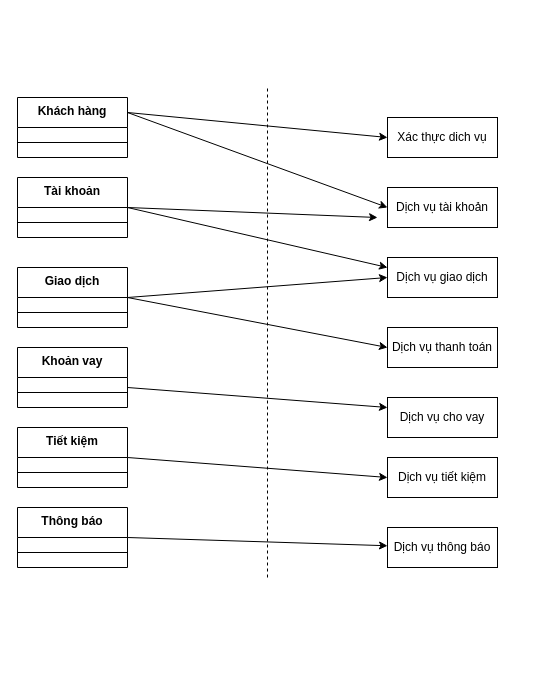
This is uml/anh_xa.drawio from HoangDucBach/bghc, a draw.io file, before an edit. Source tidied: cells renumbered, new cells numbered last; positions are measured from the earlier drawing's top-left corner, leaving out a move shared by most shapes. Both pictures are drawn from the tidied source at 100%, with x=0, y=0 at pixel (17, 87).
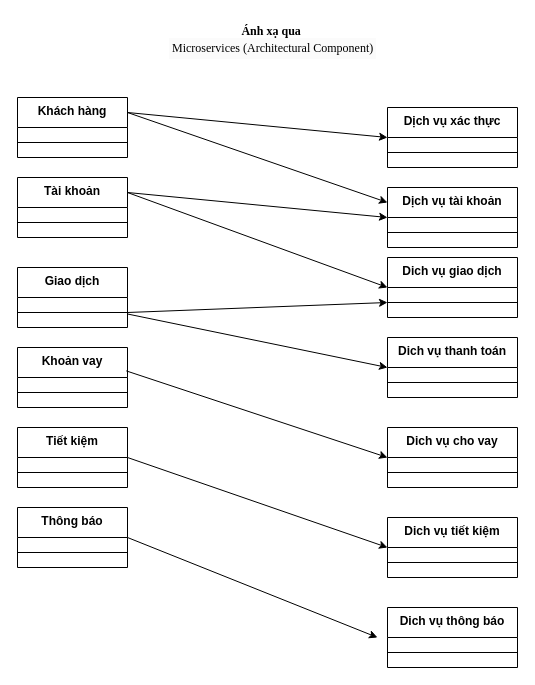
After the change.

The change refers to these unchanged cells:
```xml
<mxCell id="2" value="Khách hàng" style="swimlane;fontStyle=1;align=center;verticalAlign=top;horizontal=1;startSize=30;whiteSpace=wrap;html=1;" parent="1" vertex="1">
  <mxGeometry y="10" width="110" height="60" as="geometry" />
</mxCell>
<mxCell id="4" value="Tài khoản" style="swimlane;fontStyle=1;align=center;verticalAlign=top;horizontal=1;startSize=30;whiteSpace=wrap;html=1;" parent="1" vertex="1">
  <mxGeometry y="90" width="110" height="60" as="geometry" />
</mxCell>
<mxCell id="6" value="Giao dịch" style="swimlane;fontStyle=1;align=center;verticalAlign=top;horizontal=1;startSize=30;whiteSpace=wrap;html=1;" parent="1" vertex="1">
  <mxGeometry y="180" width="110" height="60" as="geometry" />
</mxCell>
<mxCell id="7" style="line;strokeWidth=1;fillColor=none;align=left;verticalAlign=middle;spacingTop=-1;spacingLeft=3;spacingRight=3;labelPosition=right;points=[];portConstraint=eastwest;strokeColor=inherit;" parent="6" vertex="1">
  <mxGeometry y="30" width="110" height="30" as="geometry" />
</mxCell>
<mxCell id="8" value="Khoản vay" style="swimlane;fontStyle=1;align=center;verticalAlign=top;horizontal=1;startSize=30;whiteSpace=wrap;html=1;" parent="1" vertex="1">
  <mxGeometry y="260" width="110" height="60" as="geometry" />
</mxCell>
<mxCell id="10" value="Tiết kiệm" style="swimlane;fontStyle=1;align=center;verticalAlign=top;horizontal=1;startSize=30;whiteSpace=wrap;html=1;" parent="1" vertex="1">
  <mxGeometry y="340" width="110" height="60" as="geometry" />
</mxCell>
<mxCell id="12" value="Thông báo" style="swimlane;fontStyle=1;align=center;verticalAlign=top;horizontal=1;startSize=30;whiteSpace=wrap;html=1;" parent="1" vertex="1">
  <mxGeometry y="420" width="110" height="60" as="geometry" />
</mxCell>
```

The edit, as a diff of the source:
```diff
@@
-    <mxCell id="14" value="Xác thực dich vụ" style="rounded=0;whiteSpace=wrap;html=1;" parent="1" vertex="1">
-      <mxGeometry x="370" y="30" width="110" height="40" as="geometry" />
-    </mxCell>
+    <mxCell id="31" value="&lt;div style=&quot;text-align: center;&quot;&gt;&lt;b style=&quot;text-wrap-mode: nowrap; font-family: &amp;quot;Times New Roman&amp;quot;;&quot;&gt;Ánh xạ qua&amp;nbsp;&lt;/b&gt;&lt;/div&gt;&lt;table style=&quot;text-align: center; forced-color-adjust: none; color: rgb(0, 0, 0); font-family: Helvetica; font-size: 12px; font-style: normal; font-variant-ligatures: normal; font-variant-caps: normal; font-weight: 400; letter-spacing: normal; orphans: 2; text-transform: none; widows: 2; word-spacing: 0px; -webkit-text-stroke-width: 0px; white-space: nowrap; background-color: rgb(251, 251, 251); text-decoration-thickness: initial; text-decoration-style: initial; text-decoration-color: initial;&quot;&gt;&lt;tbody style=&quot;forced-color-adjust: none;&quot;&gt;&lt;tr style=&quot;forced-color-adjust: none;&quot;&gt;&lt;th style=&quot;forced-color-adjust: none;&quot;&gt;&lt;span style=&quot;forced-color-adjust: none; font-weight: normal;&quot;&gt;&lt;font face=&quot;Times New Roman&quot; style=&quot;forced-color-adjust: none;&quot;&gt;Microservices (Architectural Component)&lt;/font&gt;&lt;/span&gt;&lt;/th&gt;&lt;/tr&gt;&lt;/tbody&gt;&lt;/table&gt;&lt;div style=&quot;text-align: center;&quot;&gt;&lt;br&gt;&lt;/div&gt;&lt;br&gt;&lt;table style=&quot;forced-color-adjust: none; color: rgb(0, 0, 0); font-family: Helvetica; font-size: 12px; font-style: normal; font-variant-ligatures: normal; font-variant-caps: normal; font-weight: 400; letter-spacing: normal; orphans: 2; text-align: center; text-transform: none; widows: 2; word-spacing: 0px; -webkit-text-stroke-width: 0px; white-space: nowrap; background-color: rgb(251, 251, 251); text-decoration-thickness: initial; text-decoration-style: initial; text-decoration-color: initial;&quot;&gt;&lt;tbody style=&quot;forced-color-adjust: none;&quot;&gt;&lt;tr style=&quot;forced-color-adjust: none;&quot;&gt;&lt;/tr&gt;&lt;/tbody&gt;&lt;/table&gt;" style="text;whiteSpace=wrap;html=1;" parent="1" vertex="1">
+      <mxGeometry x="150" y="-70" width="210" height="50" as="geometry" />
+    </mxCell>
+    <mxCell id="32" value="Dịch vụ xác thực" style="swimlane;fontStyle=1;align=center;verticalAlign=top;horizontal=1;startSize=30;whiteSpace=wrap;html=1;" parent="1" vertex="1">
+      <mxGeometry x="370" y="20" width="130" height="60" as="geometry" />
+    </mxCell>
+    <mxCell id="33" style="line;strokeWidth=1;fillColor=none;align=left;verticalAlign=middle;spacingTop=-1;spacingLeft=3;spacingRight=3;labelPosition=right;strokeColor=inherit;" parent="32" vertex="1">
+      <mxGeometry y="30" width="130" height="30" as="geometry" />
+    </mxCell>
-    <mxCell id="15" value="Dịch vụ tài khoản" style="rounded=0;whiteSpace=wrap;html=1;" parent="1" vertex="1">
-      <mxGeometry x="370" y="100" width="110" height="40" as="geometry" />
+    <mxCell id="15" value="Dịch vụ tài khoản" style="swimlane;fontStyle=1;align=center;verticalAlign=top;horizontal=1;startSize=30;whiteSpace=wrap;html=1;" parent="1" vertex="1">
+      <mxGeometry x="370" y="100" width="130" height="60" as="geometry" />
     </mxCell>
-    <mxCell id="16" value="Dịch vụ giao dịch" style="rounded=0;whiteSpace=wrap;html=1;" parent="1" vertex="1">
-      <mxGeometry x="370" y="170" width="110" height="40" as="geometry" />
-    </mxCell>
-    <mxCell id="17" value="Dịch vụ thanh toán" style="rounded=0;whiteSpace=wrap;html=1;" parent="1" vertex="1">
-      <mxGeometry x="370" y="240" width="110" height="40" as="geometry" />
-    </mxCell>
-    <mxCell id="18" value="Dịch vụ cho vay" style="rounded=0;whiteSpace=wrap;html=1;" parent="1" vertex="1">
-      <mxGeometry x="370" y="310" width="110" height="40" as="geometry" />
-    </mxCell>
-    <mxCell id="19" value="Dịch vụ tiết kiệm" style="rounded=0;whiteSpace=wrap;html=1;" parent="1" vertex="1">
-      <mxGeometry x="370" y="370" width="110" height="40" as="geometry" />
-    </mxCell>
-    <mxCell id="20" value="Dịch vụ thông báo" style="rounded=0;whiteSpace=wrap;html=1;" parent="1" vertex="1">
-      <mxGeometry x="370" y="440" width="110" height="40" as="geometry" />
-    </mxCell>
-    <mxCell id="21" style="endArrow=none;dashed=1;html=1;rounded=0;" parent="1" edge="1">
-      <mxGeometry relative="1" as="geometry">
-        <mxPoint x="250" y="490" as="sourcePoint" />
-        <mxPoint x="250" as="targetPoint" />
-      </mxGeometry>
-    </mxCell>
-    <mxCell id="22" style="endArrow=classic;html=1;rounded=0;exitX=1;exitY=0.25;exitDx=0;exitDy=0;entryX=0;entryY=0.5;entryDx=0;entryDy=0;" parent="1" edge="1" source="2" target="14">
-      <mxGeometry relative="1" as="geometry" />
-    </mxCell>
+    <mxCell id="34" style="line;strokeWidth=1;fillColor=none;align=left;verticalAlign=middle;spacingTop=-1;spacingLeft=3;spacingRight=3;labelPosition=right;strokeColor=inherit;" parent="15" vertex="1">
+      <mxGeometry y="30" width="130" height="30" as="geometry" />
+    </mxCell>
+    <mxCell id="35" value="Dich vụ giao dịch" style="swimlane;fontStyle=1;align=center;verticalAlign=top;horizontal=1;startSize=30;whiteSpace=wrap;html=1;" parent="1" vertex="1">
+      <mxGeometry x="370" y="170" width="130" height="60" as="geometry" />
+    </mxCell>
+    <mxCell id="36" style="line;strokeWidth=1;fillColor=none;align=left;verticalAlign=middle;spacingTop=-1;spacingLeft=3;spacingRight=3;labelPosition=right;strokeColor=inherit;" parent="35" vertex="1">
+      <mxGeometry y="30" width="130" height="30" as="geometry" />
+    </mxCell>
+    <mxCell id="37" value="Dich vụ thanh toán" style="swimlane;fontStyle=1;align=center;verticalAlign=top;horizontal=1;startSize=30;whiteSpace=wrap;html=1;" parent="1" vertex="1">
+      <mxGeometry x="370" y="250" width="130" height="60" as="geometry" />
+    </mxCell>
+    <mxCell id="38" style="line;strokeWidth=1;fillColor=none;align=left;verticalAlign=middle;spacingTop=-1;spacingLeft=3;spacingRight=3;labelPosition=right;strokeColor=inherit;" parent="37" vertex="1">
+      <mxGeometry y="30" width="130" height="30" as="geometry" />
+    </mxCell>
+    <mxCell id="39" value="Dich vụ cho vay" style="swimlane;fontStyle=1;align=center;verticalAlign=top;horizontal=1;startSize=30;whiteSpace=wrap;html=1;" parent="1" vertex="1">
+      <mxGeometry x="370" y="340" width="130" height="60" as="geometry" />
+    </mxCell>
+    <mxCell id="40" style="line;strokeWidth=1;fillColor=none;align=left;verticalAlign=middle;spacingTop=-1;spacingLeft=3;spacingRight=3;labelPosition=right;strokeColor=inherit;" parent="39" vertex="1">
+      <mxGeometry y="30" width="130" height="30" as="geometry" />
+    </mxCell>
+    <mxCell id="41" value="Dich vụ tiết kiệm" style="swimlane;fontStyle=1;align=center;verticalAlign=top;horizontal=1;startSize=30;whiteSpace=wrap;html=1;" parent="1" vertex="1">
+      <mxGeometry x="370" y="430" width="130" height="60" as="geometry" />
+    </mxCell>
+    <mxCell id="42" style="line;strokeWidth=1;fillColor=none;align=left;verticalAlign=middle;spacingTop=-1;spacingLeft=3;spacingRight=3;labelPosition=right;strokeColor=inherit;" parent="41" vertex="1">
+      <mxGeometry y="30" width="130" height="30" as="geometry" />
+    </mxCell>
+    <mxCell id="43" value="Dich vụ thông báo" style="swimlane;fontStyle=1;align=center;verticalAlign=top;horizontal=1;startSize=30;whiteSpace=wrap;html=1;" parent="1" vertex="1">
+      <mxGeometry x="370" y="520" width="130" height="60" as="geometry" />
+    </mxCell>
+    <mxCell id="44" style="line;strokeWidth=1;fillColor=none;align=left;verticalAlign=middle;spacingTop=-1;spacingLeft=3;spacingRight=3;labelPosition=right;strokeColor=inherit;" parent="43" vertex="1">
+      <mxGeometry y="30" width="130" height="30" as="geometry" />
+    </mxCell>
+    <mxCell id="45" style="endArrow=classic;html=1;rounded=0;exitX=1;exitY=0.25;exitDx=0;exitDy=0;entryX=0;entryY=0.5;entryDx=0;entryDy=0;" parent="1" edge="1" source="2" target="32">
+      <mxGeometry relative="1" as="geometry" />
+    </mxCell>
-    <mxCell id="23" style="endArrow=classic;html=1;rounded=0;exitX=1;exitY=0.25;exitDx=0;exitDy=0;entryX=0;entryY=0.5;entryDx=0;entryDy=0;" parent="1" edge="1" source="2" target="15">
+    <mxCell id="23" style="endArrow=classic;html=1;rounded=0;exitX=1;exitY=0.25;exitDx=0;exitDy=0;entryX=0;entryY=0.25;entryDx=0;entryDy=0;" parent="1" edge="1" source="2" target="15">
       <mxGeometry relative="1" as="geometry" />
     </mxCell>
-    <mxCell id="24" style="endArrow=classic;html=1;rounded=0;exitX=1;exitY=0.5;exitDx=0;exitDy=0;" parent="1" edge="1" source="4">
-      <mxGeometry relative="1" as="geometry">
-        <mxPoint x="360" y="130" as="targetPoint" />
-      </mxGeometry>
-    </mxCell>
-    <mxCell id="25" style="endArrow=classic;html=1;rounded=0;exitX=1;exitY=0.5;exitDx=0;exitDy=0;entryX=0;entryY=0.25;entryDx=0;entryDy=0;" parent="1" edge="1" source="4" target="16">
-      <mxGeometry relative="1" as="geometry" />
-    </mxCell>
-    <mxCell id="26" style="endArrow=classic;html=1;rounded=0;entryX=0;entryY=0.5;entryDx=0;entryDy=0;" parent="1" edge="1" target="16">
-      <mxGeometry relative="1" as="geometry">
-        <mxPoint x="110" y="210" as="sourcePoint" />
-      </mxGeometry>
-    </mxCell>
-    <mxCell id="27" style="endArrow=classic;html=1;rounded=0;exitX=1;exitY=0.5;exitDx=0;exitDy=0;entryX=0;entryY=0.5;entryDx=0;entryDy=0;" parent="1" edge="1" source="6" target="17">
-      <mxGeometry relative="1" as="geometry" />
-    </mxCell>
-    <mxCell id="28" style="endArrow=classic;html=1;rounded=0;entryX=0;entryY=0.25;entryDx=0;entryDy=0;" parent="1" edge="1" target="18">
-      <mxGeometry relative="1" as="geometry">
-        <mxPoint x="110" y="300" as="sourcePoint" />
-      </mxGeometry>
-    </mxCell>
-    <mxCell id="29" style="endArrow=classic;html=1;rounded=0;exitX=1;exitY=0.5;exitDx=0;exitDy=0;entryX=0;entryY=0.5;entryDx=0;entryDy=0;" parent="1" edge="1" source="10" target="19">
-      <mxGeometry relative="1" as="geometry" />
-    </mxCell>
-    <mxCell id="30" style="endArrow=classic;html=1;rounded=0;exitX=1;exitY=0.5;exitDx=0;exitDy=0;" parent="1" edge="1" source="12" target="20">
-      <mxGeometry relative="1" as="geometry" />
-    </mxCell>
+    <mxCell id="46" style="endArrow=classic;html=1;rounded=0;exitX=1;exitY=0.25;exitDx=0;exitDy=0;entryX=0;entryY=0.5;entryDx=0;entryDy=0;" parent="1" edge="1" source="4" target="15">
+      <mxGeometry relative="1" as="geometry" />
+    </mxCell>
+    <mxCell id="47" style="endArrow=classic;html=1;rounded=0;entryX=0;entryY=0.5;entryDx=0;entryDy=0;exitX=1;exitY=0.25;exitDx=0;exitDy=0;" parent="1" edge="1" source="4" target="35">
+      <mxGeometry relative="1" as="geometry" />
+    </mxCell>
+    <mxCell id="48" style="endArrow=classic;html=1;rounded=0;exitX=1;exitY=0.75;exitDx=0;exitDy=0;entryX=0;entryY=0.75;entryDx=0;entryDy=0;" parent="1" edge="1" source="6" target="35">
+      <mxGeometry relative="1" as="geometry" />
+    </mxCell>
+    <mxCell id="49" style="endArrow=classic;html=1;rounded=0;exitX=1.004;exitY=0.553;exitDx=0;exitDy=0;exitPerimeter=0;entryX=0;entryY=0.5;entryDx=0;entryDy=0;" parent="1" edge="1" source="7" target="37">
+      <mxGeometry relative="1" as="geometry" />
+    </mxCell>
+    <mxCell id="50" style="endArrow=classic;html=1;rounded=0;exitX=0.989;exitY=0.39;exitDx=0;exitDy=0;exitPerimeter=0;entryX=0;entryY=0.5;entryDx=0;entryDy=0;" parent="1" edge="1" source="8" target="39">
+      <mxGeometry relative="1" as="geometry" />
+    </mxCell>
+    <mxCell id="51" style="endArrow=classic;html=1;rounded=0;exitX=1;exitY=0.5;exitDx=0;exitDy=0;entryX=0;entryY=0.5;entryDx=0;entryDy=0;" parent="1" edge="1" source="10" target="41">
+      <mxGeometry relative="1" as="geometry" />
+    </mxCell>
+    <mxCell id="52" style="endArrow=classic;html=1;rounded=0;exitX=1;exitY=0.5;exitDx=0;exitDy=0;" parent="1" edge="1" source="12">
+      <mxGeometry relative="1" as="geometry">
+        <mxPoint x="360" y="550" as="targetPoint" />
+      </mxGeometry>
+    </mxCell>
```
